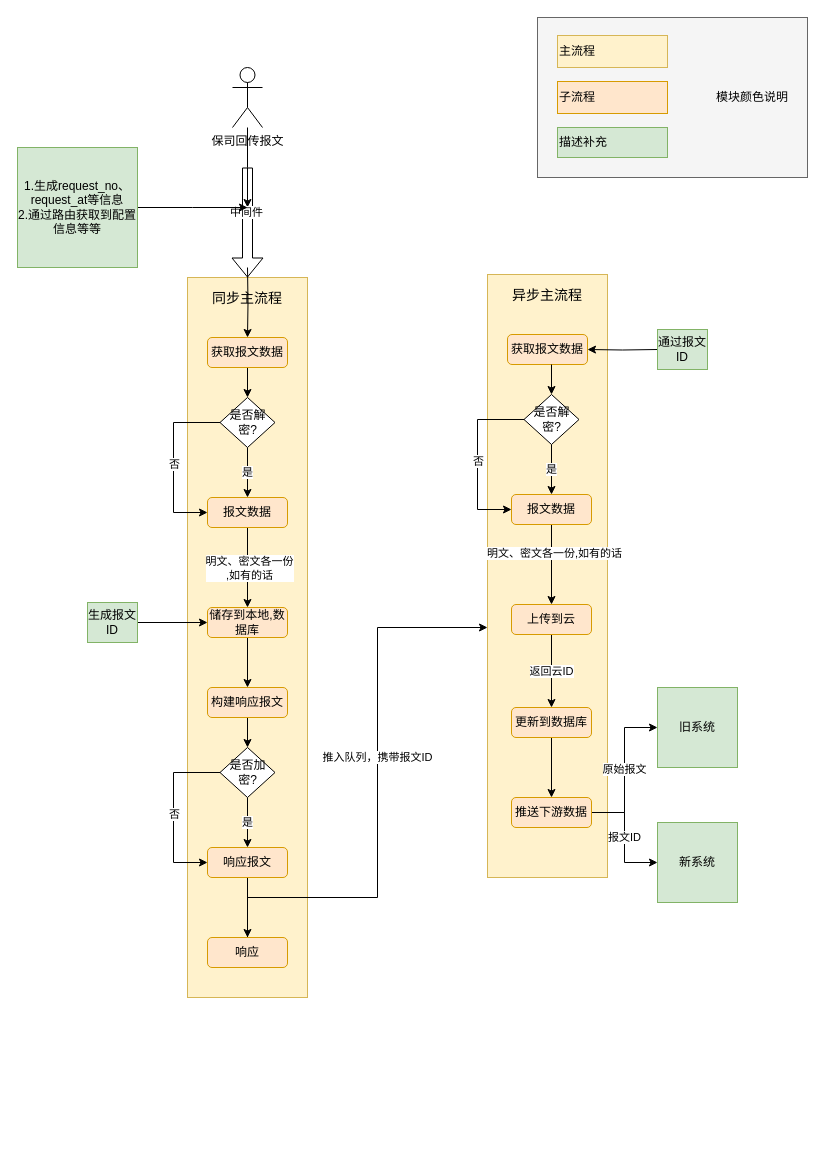
This is Untitled Diagram.drawio from lixiansheng123/flow-chat, a draw.io file, before an edit. Source tidied: cells renumbered, new cells numbered last; positions are measured from the earlier drawing's top-left corner, leaving out a move shared by most shapes. Both pictures are drawn from the tidied source at 100%, with x=0, y=0 at pixel (17, 17).
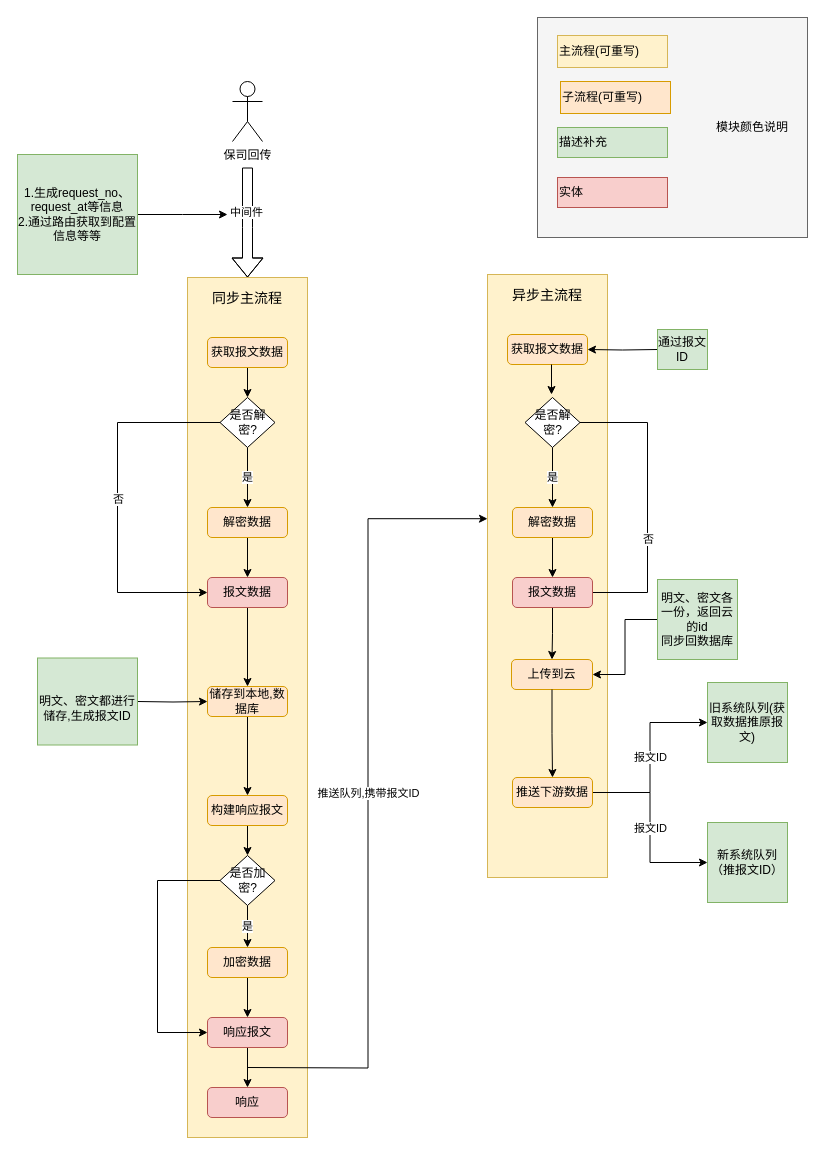
After the change.

Unchanged cells that the change refers to:
```xml
<mxCell id="11" value="获取报文数据" style="rounded=1;whiteSpace=wrap;html=1;align=center;fillColor=#ffe6cc;strokeColor=#d79b00;" parent="1" vertex="1">
  <mxGeometry x="190" y="320" width="80" height="30" as="geometry" />
</mxCell>
<mxCell id="15" value="是否解密?" style="rhombus;whiteSpace=wrap;html=1;align=center;" parent="1" vertex="1">
  <mxGeometry x="202.5" y="380" width="55" height="50" as="geometry" />
</mxCell>
<mxCell id="35" style="rounded=0;whiteSpace=wrap;html=1;fillColor=#fff2cc;strokeColor=#d6b656;" parent="1" vertex="1">
  <mxGeometry x="470" y="257" width="120" height="603" as="geometry" />
</mxCell>
```

Diff of the diagram source:
```diff
@@
     <mxCell id="2" style="rounded=0;whiteSpace=wrap;html=1;fillColor=#fff2cc;strokeColor=#d6b656;" parent="1" vertex="1">
-      <mxGeometry x="170" y="260" width="120" height="720" as="geometry" />
+      <mxGeometry x="170" y="260" width="120" height="860" as="geometry" />
     </mxCell>
@@
-    <mxCell id="4" style="edgeStyle=orthogonalEdgeStyle;rounded=0;jettySize=auto;html=1;" parent="1" edge="1" source="5">
-      <mxGeometry relative="1" as="geometry">
-        <mxPoint x="230" y="190" as="targetPoint" />
-      </mxGeometry>
-    </mxCell>
-    <mxCell id="5" value="保司回传报文" style="shape=umlActor;verticalLabelPosition=bottom;verticalAlign=top;html=1;outlineConnect=0;" parent="1" vertex="1">
-      <mxGeometry x="215" y="50" width="30" height="60" as="geometry" />
+    <mxCell id="5" value="保司回传" style="shape=umlActor;verticalLabelPosition=bottom;verticalAlign=top;html=1;outlineConnect=0;" parent="1" vertex="1">
+      <mxGeometry x="215" y="64" width="30" height="60" as="geometry" />
     </mxCell>
     <mxCell id="6" style="shape=flexArrow;endArrow=classic;html=1;" parent="1" edge="1" target="2">
       <mxGeometry relative="1" as="geometry">
         <mxPoint x="230" y="150" as="sourcePoint" />
+        <Array as="points">
+          <mxPoint x="230" y="210" />
+        </Array>
       </mxGeometry>
     </mxCell>
@@
     <mxCell id="8" style="edgeStyle=orthogonalEdgeStyle;rounded=0;jettySize=auto;html=1;" parent="1" edge="1" source="9">
       <mxGeometry relative="1" as="geometry">
-        <mxPoint x="230" y="190" as="targetPoint" />
+        <mxPoint x="210" y="197" as="targetPoint" />
       </mxGeometry>
     </mxCell>
     <mxCell id="9" value="1.生成request_no、request_at等信息&lt;br&gt;2.通过路由获取到配置信息等等" style="whiteSpace=wrap;html=1;align=center;fillColor=#d5e8d4;strokeColor=#82b366;" parent="1" vertex="1">
-      <mxGeometry y="130" width="120" height="120" as="geometry" />
+      <mxGeometry y="137" width="120" height="120" as="geometry" />
     </mxCell>
@@
-    <mxCell id="12" style="edgeStyle=orthogonalEdgeStyle;rounded=0;jettySize=auto;html=1;" parent="1" edge="1" source="15" target="18">
-      <mxGeometry relative="1" as="geometry">
-        <Array as="points">
-          <mxPoint x="156" y="405" />
-          <mxPoint x="156" y="495" />
-        </Array>
-      </mxGeometry>
-    </mxCell>
-    <mxCell id="13" value="否" style="edgeLabel;html=1;align=center;verticalAlign=middle;" parent="12" vertex="1">
-      <mxGeometry x="0.02" relative="1" as="geometry">
-        <mxPoint y="1" as="offset" />
-      </mxGeometry>
-    </mxCell>
-    <mxCell id="14" value="是" style="edgeStyle=orthogonalEdgeStyle;rounded=0;jettySize=auto;html=1;" parent="1" edge="1" source="15" target="18">
-      <mxGeometry relative="1" as="geometry" />
-    </mxCell>
+    <mxCell id="62" value="是" style="edgeStyle=orthogonalEdgeStyle;rounded=0;jettySize=auto;html=1;" parent="1" edge="1" source="15" target="71">
+      <mxGeometry relative="1" as="geometry" />
+    </mxCell>
+    <mxCell id="63" style="edgeStyle=orthogonalEdgeStyle;rounded=0;jettySize=auto;html=1;entryX=0;entryY=0.5;entryDx=0;entryDy=0;" parent="1" edge="1" source="15" target="18">
+      <mxGeometry relative="1" as="geometry">
+        <Array as="points">
+          <mxPoint x="100" y="405" />
+          <mxPoint x="100" y="575" />
+        </Array>
+      </mxGeometry>
+    </mxCell>
+    <mxCell id="64" value="否" style="edgeLabel;html=1;align=center;verticalAlign=middle;" parent="63" vertex="1">
+      <mxGeometry x="-0.02" relative="1" as="geometry">
+        <mxPoint y="1" as="offset" />
+      </mxGeometry>
+    </mxCell>
@@
-    <mxCell id="16" style="edgeStyle=orthogonalEdgeStyle;rounded=0;jettySize=auto;html=1;entryX=0.5;entryY=0;entryDx=0;entryDy=0;" parent="1" edge="1" source="18" target="20">
+    <mxCell id="16" style="edgeStyle=orthogonalEdgeStyle;rounded=0;jettySize=auto;html=1;entryX=0.5;entryY=0;entryDx=0;entryDy=0;exitX=0.5;exitY=1;exitDx=0;exitDy=0;" parent="1" edge="1" source="18" target="20">
       <mxGeometry relative="1" as="geometry" />
     </mxCell>
-    <mxCell id="17" value="明文、密文各一份&lt;br&gt;,如有的话" style="edgeLabel;html=1;align=center;verticalAlign=middle;" parent="16" vertex="1">
-      <mxGeometry x="0.01" y="1" relative="1" as="geometry" />
-    </mxCell>
-    <mxCell id="18" value="报文数据" style="rounded=1;whiteSpace=wrap;html=1;align=center;fillColor=#ffe6cc;strokeColor=#d79b00;" parent="1" vertex="1">
-      <mxGeometry x="190" y="480" width="80" height="30" as="geometry" />
+    <mxCell id="18" value="报文数据" style="rounded=1;whiteSpace=wrap;html=1;align=center;fillColor=#f8cecc;strokeColor=#b85450;" parent="1" vertex="1">
+      <mxGeometry x="190" y="560" width="80" height="30" as="geometry" />
     </mxCell>
@@
     <mxCell id="20" value="储存到本地,数据库" style="rounded=1;whiteSpace=wrap;html=1;align=center;fillColor=#ffe6cc;strokeColor=#d79b00;" parent="1" vertex="1">
-      <mxGeometry x="190" y="590" width="80" height="30" as="geometry" />
+      <mxGeometry x="190" y="669" width="80" height="30" as="geometry" />
     </mxCell>
-    <mxCell id="21" style="edgeStyle=orthogonalEdgeStyle;rounded=0;jettySize=auto;html=1;" parent="1" edge="1" source="22" target="20">
-      <mxGeometry relative="1" as="geometry" />
+    <mxCell id="21" style="edgeStyle=orthogonalEdgeStyle;rounded=0;jettySize=auto;html=1;" parent="1" edge="1" target="20">
+      <mxGeometry relative="1" as="geometry">
+        <mxPoint x="120" y="684" as="sourcePoint" />
+      </mxGeometry>
     </mxCell>
-    <mxCell id="22" value="生成报文ID" style="text;html=1;strokeColor=#82b366;fillColor=#d5e8d4;align=center;verticalAlign=middle;whiteSpace=wrap;rounded=0;" parent="1" vertex="1">
-      <mxGeometry x="70" y="585" width="50" height="40" as="geometry" />
+    <mxCell id="22" value="&lt;br&gt;明文、密文都进行储存,生成报文ID" style="text;html=1;strokeColor=#82b366;fillColor=#d5e8d4;align=center;verticalAlign=middle;whiteSpace=wrap;rounded=0;" parent="1" vertex="1">
+      <mxGeometry x="20" y="640.5" width="100" height="87" as="geometry" />
     </mxCell>
@@
     <mxCell id="24" value="构建响应报文" style="rounded=1;whiteSpace=wrap;html=1;align=center;fillColor=#ffe6cc;strokeColor=#d79b00;" parent="1" vertex="1">
-      <mxGeometry x="190" y="670" width="80" height="30" as="geometry" />
+      <mxGeometry x="190" y="778" width="80" height="30" as="geometry" />
     </mxCell>
-    <mxCell id="25" style="edgeStyle=orthogonalEdgeStyle;rounded=0;jettySize=auto;html=1;" parent="1" edge="1" source="28" target="30">
-      <mxGeometry relative="1" as="geometry">
-        <Array as="points">
-          <mxPoint x="156" y="755" />
-          <mxPoint x="156" y="845" />
-        </Array>
-      </mxGeometry>
-    </mxCell>
-    <mxCell id="26" value="否" style="edgeLabel;html=1;align=center;verticalAlign=middle;" parent="25" vertex="1">
-      <mxGeometry x="0.02" relative="1" as="geometry">
-        <mxPoint y="1" as="offset" />
-      </mxGeometry>
-    </mxCell>
-    <mxCell id="27" value="是" style="edgeStyle=orthogonalEdgeStyle;rounded=0;jettySize=auto;html=1;" parent="1" edge="1" source="28" target="30">
-      <mxGeometry relative="1" as="geometry" />
-    </mxCell>
+    <mxCell id="65" value="是" style="edgeStyle=orthogonalEdgeStyle;rounded=0;jettySize=auto;html=1;entryX=0.5;entryY=0;entryDx=0;entryDy=0;" parent="1" edge="1" source="28" target="74">
+      <mxGeometry relative="1" as="geometry" />
+    </mxCell>
+    <mxCell id="66" style="edgeStyle=orthogonalEdgeStyle;rounded=0;jettySize=auto;html=1;entryX=0;entryY=0.5;entryDx=0;entryDy=0;" parent="1" edge="1" source="28" target="30">
+      <mxGeometry relative="1" as="geometry">
+        <Array as="points">
+          <mxPoint x="140" y="863" />
+          <mxPoint x="140" y="1015" />
+        </Array>
+      </mxGeometry>
+    </mxCell>
     <mxCell id="28" value="是否加密?" style="rhombus;whiteSpace=wrap;html=1;align=center;" parent="1" vertex="1">
-      <mxGeometry x="202.5" y="730" width="55" height="50" as="geometry" />
+      <mxGeometry x="202.5" y="838" width="55" height="50" as="geometry" />
     </mxCell>
@@
-    <mxCell id="30" value="响应报文" style="rounded=1;whiteSpace=wrap;html=1;align=center;fillColor=#ffe6cc;strokeColor=#d79b00;" parent="1" vertex="1">
-      <mxGeometry x="190" y="830" width="80" height="30" as="geometry" />
+    <mxCell id="30" value="响应报文" style="rounded=1;whiteSpace=wrap;html=1;align=center;fillColor=#f8cecc;strokeColor=#b85450;" parent="1" vertex="1">
+      <mxGeometry x="190" y="1000" width="80" height="30" as="geometry" />
     </mxCell>
-    <mxCell id="31" style="edgeStyle=orthogonalEdgeStyle;rounded=0;jettySize=auto;html=1;" parent="1" edge="1" target="11">
-      <mxGeometry relative="1" as="geometry">
-        <mxPoint x="230" y="250" as="sourcePoint" />
-      </mxGeometry>
-    </mxCell>
-    <mxCell id="32" style="edgeStyle=orthogonalEdgeStyle;rounded=0;jettySize=auto;html=1;" parent="1" edge="1" source="34" target="35">
-      <mxGeometry relative="1" as="geometry">
-        <Array as="points">
-          <mxPoint x="230" y="880" />
-          <mxPoint x="360" y="880" />
-          <mxPoint x="360" y="610" />
-        </Array>
-      </mxGeometry>
-    </mxCell>
-    <mxCell id="33" value="推入队列，携带报文ID" style="edgeLabel;html=1;align=center;verticalAlign=middle;" parent="32" vertex="1">
-      <mxGeometry x="0.13" y="1" relative="1" as="geometry" />
-    </mxCell>
+    <mxCell id="67" value="推送队列,携带报文ID" style="edgeStyle=orthogonalEdgeStyle;rounded=0;jettySize=auto;html=1;entryX=0;entryY=0.405;entryDx=0;entryDy=0;entryPerimeter=0;" parent="1" edge="1" target="35">
+      <mxGeometry relative="1" as="geometry">
+        <mxPoint x="230" y="1050" as="sourcePoint" />
+      </mxGeometry>
+    </mxCell>
-    <mxCell id="34" value="响应" style="rounded=1;whiteSpace=wrap;html=1;align=center;fillColor=#ffe6cc;strokeColor=#d79b00;" parent="1" vertex="1">
-      <mxGeometry x="190" y="920" width="80" height="30" as="geometry" />
+    <mxCell id="34" value="响应" style="rounded=1;whiteSpace=wrap;html=1;align=center;fillColor=#f8cecc;strokeColor=#b85450;" parent="1" vertex="1">
+      <mxGeometry x="190" y="1070" width="80" height="30" as="geometry" />
     </mxCell>
@@
-    <mxCell id="41" style="edgeStyle=orthogonalEdgeStyle;rounded=0;jettySize=auto;html=1;" parent="1" edge="1" source="44" target="47">
-      <mxGeometry relative="1" as="geometry">
-        <Array as="points">
-          <mxPoint x="460" y="402" />
-          <mxPoint x="460" y="492" />
-        </Array>
-      </mxGeometry>
-    </mxCell>
-    <mxCell id="42" value="否" style="edgeLabel;html=1;align=center;verticalAlign=middle;" parent="41" vertex="1">
-      <mxGeometry x="0.02" relative="1" as="geometry">
-        <mxPoint y="1" as="offset" />
-      </mxGeometry>
-    </mxCell>
-    <mxCell id="43" value="是" style="edgeStyle=orthogonalEdgeStyle;rounded=0;jettySize=auto;html=1;" parent="1" edge="1" source="44" target="47">
-      <mxGeometry relative="1" as="geometry" />
-    </mxCell>
-    <mxCell id="44" value="是否解密?" style="rhombus;whiteSpace=wrap;html=1;align=center;" parent="1" vertex="1">
-      <mxGeometry x="506.5" y="377" width="55" height="50" as="geometry" />
-    </mxCell>
-    <mxCell id="45" style="edgeStyle=orthogonalEdgeStyle;rounded=0;jettySize=auto;html=1;" parent="1" edge="1" source="47" target="49">
-      <mxGeometry relative="1" as="geometry" />
-    </mxCell>
-    <mxCell id="46" value="明文、密文各一份,如有的话" style="edgeLabel;html=1;align=center;verticalAlign=middle;" parent="45" vertex="1">
-      <mxGeometry x="-0.3" y="2" relative="1" as="geometry" />
-    </mxCell>
-    <mxCell id="47" value="报文数据" style="rounded=1;whiteSpace=wrap;html=1;align=center;fillColor=#ffe6cc;strokeColor=#d79b00;" parent="1" vertex="1">
-      <mxGeometry x="494" y="477" width="80" height="30" as="geometry" />
-    </mxCell>
-    <mxCell id="48" value="返回云ID" style="edgeStyle=orthogonalEdgeStyle;rounded=0;jettySize=auto;html=1;entryX=0.5;entryY=0;entryDx=0;entryDy=0;" parent="1" edge="1" source="49" target="51">
-      <mxGeometry relative="1" as="geometry" />
-    </mxCell>
     <mxCell id="49" value="上传到云" style="rounded=1;whiteSpace=wrap;html=1;align=center;fillColor=#ffe6cc;strokeColor=#d79b00;" parent="1" vertex="1">
-      <mxGeometry x="494" y="587" width="80" height="30" as="geometry" />
+      <mxGeometry x="494" y="642" width="81" height="30" as="geometry" />
     </mxCell>
-    <mxCell id="50" style="edgeStyle=orthogonalEdgeStyle;rounded=0;jettySize=auto;html=1;entryX=0.5;entryY=0;entryDx=0;entryDy=0;" parent="1" edge="1" source="51" target="54">
+    <mxCell id="50" style="edgeStyle=orthogonalEdgeStyle;rounded=0;jettySize=auto;html=1;entryX=0.5;entryY=0;entryDx=0;entryDy=0;exitX=0.5;exitY=1;exitDx=0;exitDy=0;" parent="1" edge="1" source="49" target="54">
       <mxGeometry relative="1" as="geometry" />
     </mxCell>
-    <mxCell id="51" value="更新到数据库" style="rounded=1;whiteSpace=wrap;html=1;align=center;fillColor=#ffe6cc;strokeColor=#d79b00;" parent="1" vertex="1">
-      <mxGeometry x="494" y="690" width="80" height="30" as="geometry" />
-    </mxCell>
+    <mxCell id="53" value="报文ID" style="edgeStyle=orthogonalEdgeStyle;rounded=0;jettySize=auto;html=1;entryX=0;entryY=0.5;entryDx=0;entryDy=0;" parent="1" edge="1" source="54" target="56">
+      <mxGeometry relative="1" as="geometry" />
+    </mxCell>
-    <mxCell id="52" value="原始报文" style="edgeStyle=orthogonalEdgeStyle;rounded=0;jettySize=auto;html=1;entryX=0;entryY=0.5;entryDx=0;entryDy=0;" parent="1" edge="1" source="54" target="55">
+    <mxCell id="52" value="报文ID" style="edgeStyle=orthogonalEdgeStyle;rounded=0;jettySize=auto;html=1;entryX=0;entryY=0.5;entryDx=0;entryDy=0;" parent="1" edge="1" source="54" target="55">
       <mxGeometry relative="1" as="geometry" />
     </mxCell>
-    <mxCell id="53" value="报文ID" style="edgeStyle=orthogonalEdgeStyle;rounded=0;jettySize=auto;html=1;entryX=0;entryY=0.5;entryDx=0;entryDy=0;" parent="1" edge="1" source="54" target="56">
-      <mxGeometry relative="1" as="geometry" />
-    </mxCell>
     <mxCell id="54" value="推送下游数据" style="rounded=1;whiteSpace=wrap;html=1;align=center;fillColor=#ffe6cc;strokeColor=#d79b00;" parent="1" vertex="1">
-      <mxGeometry x="494" y="780" width="80" height="30" as="geometry" />
+      <mxGeometry x="495" y="760" width="80" height="30" as="geometry" />
     </mxCell>
-    <mxCell id="55" value="旧系统" style="whiteSpace=wrap;html=1;align=center;fillColor=#d5e8d4;strokeColor=#82b366;" parent="1" vertex="1">
-      <mxGeometry x="640" y="670" width="80" height="80" as="geometry" />
+    <mxCell id="55" value="旧系统队列(获取数据推原报文)" style="whiteSpace=wrap;html=1;align=center;fillColor=#d5e8d4;strokeColor=#82b366;" parent="1" vertex="1">
+      <mxGeometry x="690" y="665" width="80" height="80" as="geometry" />
     </mxCell>
-    <mxCell id="56" value="新系统" style="whiteSpace=wrap;html=1;align=center;fillColor=#d5e8d4;strokeColor=#82b366;" parent="1" vertex="1">
-      <mxGeometry x="640" y="805" width="80" height="80" as="geometry" />
+    <mxCell id="56" value="新系统队列（推报文ID）" style="whiteSpace=wrap;html=1;align=center;fillColor=#d5e8d4;strokeColor=#82b366;" parent="1" vertex="1">
+      <mxGeometry x="690" y="805" width="80" height="80" as="geometry" />
     </mxCell>
     <mxCell id="57" style="whiteSpace=wrap;html=1;align=left;fillColor=#f5f5f5;strokeColor=#666666;fontColor=#333333;" parent="1" vertex="1">
-      <mxGeometry x="520" width="270" height="160" as="geometry" />
+      <mxGeometry x="520" width="270" height="220" as="geometry" />
     </mxCell>
-    <mxCell id="58" value="主流程" style="rounded=0;whiteSpace=wrap;html=1;align=left;fillColor=#fff2cc;strokeColor=#d6b656;" parent="1" vertex="1">
+    <mxCell id="58" value="主流程(可重写)" style="rounded=0;whiteSpace=wrap;html=1;align=left;fillColor=#fff2cc;strokeColor=#d6b656;" parent="1" vertex="1">
       <mxGeometry x="540" y="18" width="110" height="32" as="geometry" />
     </mxCell>
-    <mxCell id="59" value="子流程" style="rounded=0;whiteSpace=wrap;html=1;align=left;fillColor=#ffe6cc;strokeColor=#d79b00;" parent="1" vertex="1">
-      <mxGeometry x="540" y="64" width="110" height="32" as="geometry" />
+    <mxCell id="59" value="子流程(可重写)" style="rounded=0;whiteSpace=wrap;html=1;align=left;fillColor=#ffe6cc;strokeColor=#d79b00;" parent="1" vertex="1">
+      <mxGeometry x="543" y="64" width="110" height="32" as="geometry" />
     </mxCell>
@@
     <mxCell id="61" value="模块颜色说明" style="text;html=1;strokeColor=none;fillColor=none;align=center;verticalAlign=middle;whiteSpace=wrap;rounded=0;" parent="1" vertex="1">
-      <mxGeometry x="690" y="70" width="90" height="20" as="geometry" />
+      <mxGeometry x="690" y="100" width="90" height="20" as="geometry" />
     </mxCell>
+    <mxCell id="68" style="edgeStyle=orthogonalEdgeStyle;rounded=0;jettySize=auto;html=1;" parent="1" edge="1" source="69" target="49">
+      <mxGeometry relative="1" as="geometry" />
+    </mxCell>
+    <mxCell id="69" value="明文、密文各一份，返回云的id&lt;br&gt;同步回数据库" style="whiteSpace=wrap;html=1;align=center;fillColor=#d5e8d4;strokeColor=#82b366;" parent="1" vertex="1">
+      <mxGeometry x="640" y="562" width="80" height="80" as="geometry" />
+    </mxCell>
+    <mxCell id="70" style="edgeStyle=orthogonalEdgeStyle;rounded=0;jettySize=auto;html=1;" parent="1" edge="1" source="71" target="18">
+      <mxGeometry relative="1" as="geometry" />
+    </mxCell>
+    <mxCell id="71" value="解密数据" style="rounded=1;whiteSpace=wrap;html=1;align=center;fillColor=#ffe6cc;strokeColor=#d79b00;" parent="1" vertex="1">
+      <mxGeometry x="190" y="490" width="80" height="30" as="geometry" />
+    </mxCell>
+    <mxCell id="72" value="实体" style="rounded=0;whiteSpace=wrap;html=1;align=left;fillColor=#f8cecc;strokeColor=#b85450;" parent="1" vertex="1">
+      <mxGeometry x="540" y="160" width="110" height="30" as="geometry" />
+    </mxCell>
+    <mxCell id="73" style="edgeStyle=orthogonalEdgeStyle;rounded=0;jettySize=auto;html=1;entryX=0.5;entryY=0;entryDx=0;entryDy=0;" parent="1" edge="1" source="74" target="30">
+      <mxGeometry relative="1" as="geometry" />
+    </mxCell>
+    <mxCell id="74" value="加密数据" style="rounded=1;whiteSpace=wrap;html=1;align=center;fillColor=#ffe6cc;strokeColor=#d79b00;" parent="1" vertex="1">
+      <mxGeometry x="190" y="930" width="80" height="30" as="geometry" />
+    </mxCell>
+    <mxCell id="75" value="是" style="edgeStyle=orthogonalEdgeStyle;rounded=0;jettySize=auto;html=1;" parent="1" edge="1" source="44" target="79">
+      <mxGeometry relative="1" as="geometry" />
+    </mxCell>
+    <mxCell id="76" style="edgeStyle=orthogonalEdgeStyle;rounded=0;jettySize=auto;html=1;entryX=0;entryY=0.5;entryDx=0;entryDy=0;" parent="1" edge="1" source="44" target="47">
+      <mxGeometry relative="1" as="geometry">
+        <Array as="points">
+          <mxPoint x="630" y="405" />
+          <mxPoint x="630" y="575" />
+        </Array>
+      </mxGeometry>
+    </mxCell>
+    <mxCell id="77" value="否" style="edgeLabel;html=1;align=center;verticalAlign=middle;" parent="76" vertex="1">
+      <mxGeometry x="-0.02" relative="1" as="geometry">
+        <mxPoint y="1" as="offset" />
+      </mxGeometry>
+    </mxCell>
+    <mxCell id="44" value="是否解密?" style="rhombus;whiteSpace=wrap;html=1;align=center;" parent="1" vertex="1">
+      <mxGeometry x="507.5" y="380" width="55" height="50" as="geometry" />
+    </mxCell>
+    <mxCell id="45" style="edgeStyle=orthogonalEdgeStyle;rounded=0;jettySize=auto;html=1;" parent="1" edge="1" source="47" target="49">
+      <mxGeometry relative="1" as="geometry" />
+    </mxCell>
+    <mxCell id="47" value="报文数据" style="rounded=1;whiteSpace=wrap;html=1;align=center;fillColor=#f8cecc;strokeColor=#b85450;" parent="1" vertex="1">
+      <mxGeometry x="495" y="560" width="80" height="30" as="geometry" />
+    </mxCell>
+    <mxCell id="78" style="edgeStyle=orthogonalEdgeStyle;rounded=0;jettySize=auto;html=1;" parent="1" edge="1" source="79" target="47">
+      <mxGeometry relative="1" as="geometry" />
+    </mxCell>
+    <mxCell id="79" value="解密数据" style="rounded=1;whiteSpace=wrap;html=1;align=center;fillColor=#ffe6cc;strokeColor=#d79b00;" parent="1" vertex="1">
+      <mxGeometry x="495" y="490" width="80" height="30" as="geometry" />
+    </mxCell>
```
